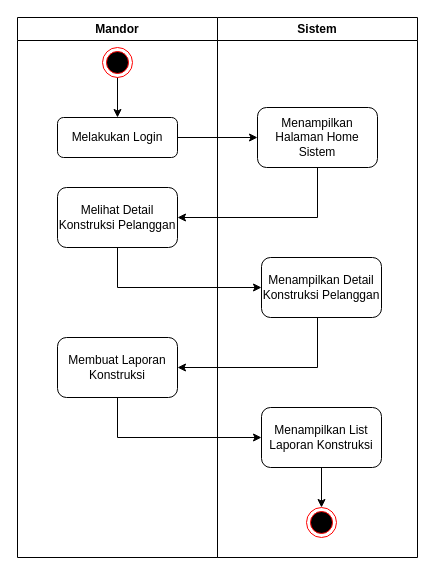
The draw.io diagram page "Membuat Laporan Konstruksi" (10 of 11) of Activity Diagram Booking Konstruksi.drawio in andremp12/Matkul_Proyek-Andre-Mahesa-putra, before the edit. Source tidied: cells renumbered, new cells numbered last; positions are measured from the earlier drawing's top-left corner, leaving out a move shared by most shapes. Both pictures are drawn from the tidied source at 100%, with x=0, y=0 at pixel (17, 17).
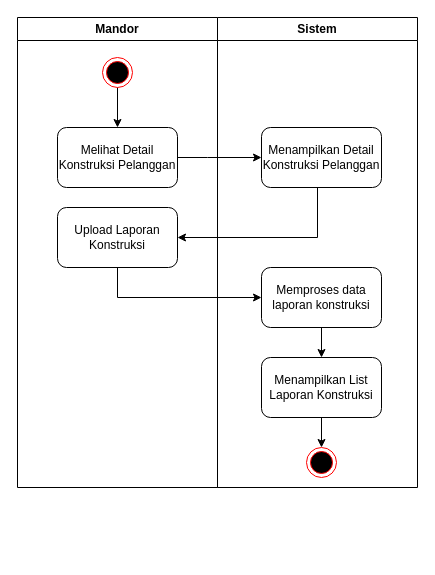
After the change.

The edit, as a diff of the source:
```diff
@@
     <mxCell id="2" value="Mandor" style="swimlane;whiteSpace=wrap;html=1;startSize=23;" parent="1" vertex="1">
-      <mxGeometry width="200" height="540" as="geometry" />
+      <mxGeometry width="200" height="470" as="geometry" />
     </mxCell>
     <mxCell id="3" value="Sistem" style="swimlane;whiteSpace=wrap;html=1;startSize=23;" parent="2" vertex="1">
-      <mxGeometry x="200" width="200" height="540" as="geometry" />
+      <mxGeometry x="200" width="200" height="470" as="geometry" />
     </mxCell>
-    <mxCell id="4" value="Menampilkan Halaman Home Sistem" style="rounded=1;whiteSpace=wrap;html=1;" parent="3" vertex="1">
-      <mxGeometry x="40" y="90" width="120" height="60" as="geometry" />
-    </mxCell>
     <mxCell id="5" value="Menampilkan Detail Konstruksi Pelanggan" style="rounded=1;whiteSpace=wrap;html=1;" parent="3" vertex="1">
-      <mxGeometry x="44" y="240" width="120" height="60" as="geometry" />
+      <mxGeometry x="44" y="110" width="120" height="60" as="geometry" />
     </mxCell>
@@
     <mxCell id="7" value="Menampilkan List Laporan Konstruksi" style="rounded=1;whiteSpace=wrap;html=1;" parent="3" vertex="1">
-      <mxGeometry x="44" y="390" width="120" height="60" as="geometry" />
+      <mxGeometry x="44" y="340" width="120" height="60" as="geometry" />
     </mxCell>
     <mxCell id="8" style="ellipse;html=1;shape=endState;fillColor=#000000;strokeColor=#ff0000;" parent="3" vertex="1">
-      <mxGeometry x="89" y="490" width="30" height="30" as="geometry" />
+      <mxGeometry x="89" y="430" width="30" height="30" as="geometry" />
     </mxCell>
-    <mxCell id="9" style="edgeStyle=orthogonalEdgeStyle;rounded=0;jettySize=auto;html=1;" parent="2" edge="1" source="10" target="12">
-      <mxGeometry relative="1" as="geometry" />
-    </mxCell>
+    <mxCell id="19" style="edgeStyle=orthogonalEdgeStyle;rounded=0;jettySize=auto;html=1;entryX=0;entryY=0.5;entryDx=0;entryDy=0;" parent="3" edge="1" source="13" target="21">
+      <mxGeometry relative="1" as="geometry">
+        <Array as="points">
+          <mxPoint x="-100" y="280" />
+        </Array>
+      </mxGeometry>
+    </mxCell>
+    <mxCell id="13" value="Upload Laporan Konstruksi" style="rounded=1;whiteSpace=wrap;html=1;" parent="3" vertex="1">
+      <mxGeometry x="-160" y="190" width="120" height="60" as="geometry" />
+    </mxCell>
+    <mxCell id="15" style="edgeStyle=orthogonalEdgeStyle;rounded=0;jettySize=auto;html=1;entryX=1;entryY=0.5;entryDx=0;entryDy=0;" parent="3" edge="1" source="5" target="13">
+      <mxGeometry relative="1" as="geometry">
+        <Array as="points">
+          <mxPoint x="100" y="220" />
+        </Array>
+      </mxGeometry>
+    </mxCell>
+    <mxCell id="20" style="edgeStyle=orthogonalEdgeStyle;rounded=0;jettySize=auto;html=1;" parent="3" edge="1" source="21" target="7">
+      <mxGeometry relative="1" as="geometry" />
+    </mxCell>
+    <mxCell id="21" value="Memproses data laporan konstruksi" style="rounded=1;whiteSpace=wrap;html=1;" parent="3" vertex="1">
+      <mxGeometry x="44" y="250" width="120" height="60" as="geometry" />
+    </mxCell>
+    <mxCell id="22" style="edgeStyle=orthogonalEdgeStyle;rounded=0;jettySize=auto;html=1;" parent="2" edge="1" source="10" target="16">
+      <mxGeometry relative="1" as="geometry" />
+    </mxCell>
     <mxCell id="10" style="ellipse;html=1;shape=endState;fillColor=#000000;strokeColor=#ff0000;" parent="2" vertex="1">
-      <mxGeometry x="85" y="30" width="30" height="30" as="geometry" />
+      <mxGeometry x="85" y="40" width="30" height="30" as="geometry" />
     </mxCell>
-    <mxCell id="11" style="edgeStyle=orthogonalEdgeStyle;rounded=0;jettySize=auto;html=1;" parent="2" edge="1" source="12" target="4">
-      <mxGeometry relative="1" as="geometry" />
-    </mxCell>
-    <mxCell id="12" value="Melakukan Login" style="rounded=1;whiteSpace=wrap;html=1;" parent="2" vertex="1">
-      <mxGeometry x="40" y="100" width="120" height="40" as="geometry" />
-    </mxCell>
-    <mxCell id="13" value="Membuat Laporan Konstruksi" style="rounded=1;whiteSpace=wrap;html=1;" parent="2" vertex="1">
-      <mxGeometry x="40" y="320" width="120" height="60" as="geometry" />
-    </mxCell>
-    <mxCell id="14" style="edgeStyle=orthogonalEdgeStyle;rounded=0;jettySize=auto;html=1;entryX=0;entryY=0.5;entryDx=0;entryDy=0;" parent="2" edge="1" source="13" target="7">
-      <mxGeometry relative="1" as="geometry">
-        <Array as="points">
-          <mxPoint x="100" y="420" />
-        </Array>
-      </mxGeometry>
-    </mxCell>
-    <mxCell id="15" style="edgeStyle=orthogonalEdgeStyle;rounded=0;jettySize=auto;html=1;entryX=1;entryY=0.5;entryDx=0;entryDy=0;" parent="2" edge="1" source="5" target="13">
-      <mxGeometry relative="1" as="geometry">
-        <Array as="points">
-          <mxPoint x="300" y="350" />
-        </Array>
-      </mxGeometry>
-    </mxCell>
     <mxCell id="16" value="Melihat Detail Konstruksi Pelanggan" style="rounded=1;whiteSpace=wrap;html=1;" parent="2" vertex="1">
-      <mxGeometry x="40" y="170" width="120" height="60" as="geometry" />
+      <mxGeometry x="40" y="110" width="120" height="60" as="geometry" />
     </mxCell>
-    <mxCell id="17" style="edgeStyle=orthogonalEdgeStyle;rounded=0;jettySize=auto;html=1;" parent="2" edge="1" source="4" target="16">
-      <mxGeometry relative="1" as="geometry">
-        <Array as="points">
-          <mxPoint x="300" y="200" />
-          <mxPoint x="100" y="200" />
-        </Array>
-      </mxGeometry>
-    </mxCell>
-    <mxCell id="18" style="edgeStyle=orthogonalEdgeStyle;rounded=0;jettySize=auto;html=1;" parent="2" edge="1" source="16" target="5">
+    <mxCell id="18" style="edgeStyle=orthogonalEdgeStyle;rounded=0;jettySize=auto;html=1;entryX=0;entryY=0.5;entryDx=0;entryDy=0;" parent="2" edge="1" source="16" target="5">
       <mxGeometry relative="1" as="geometry">
         <Array as="points">
-          <mxPoint x="100" y="270" />
+          <mxPoint x="190" y="140" />
+          <mxPoint x="190" y="140" />
         </Array>
       </mxGeometry>
     </mxCell>
```
